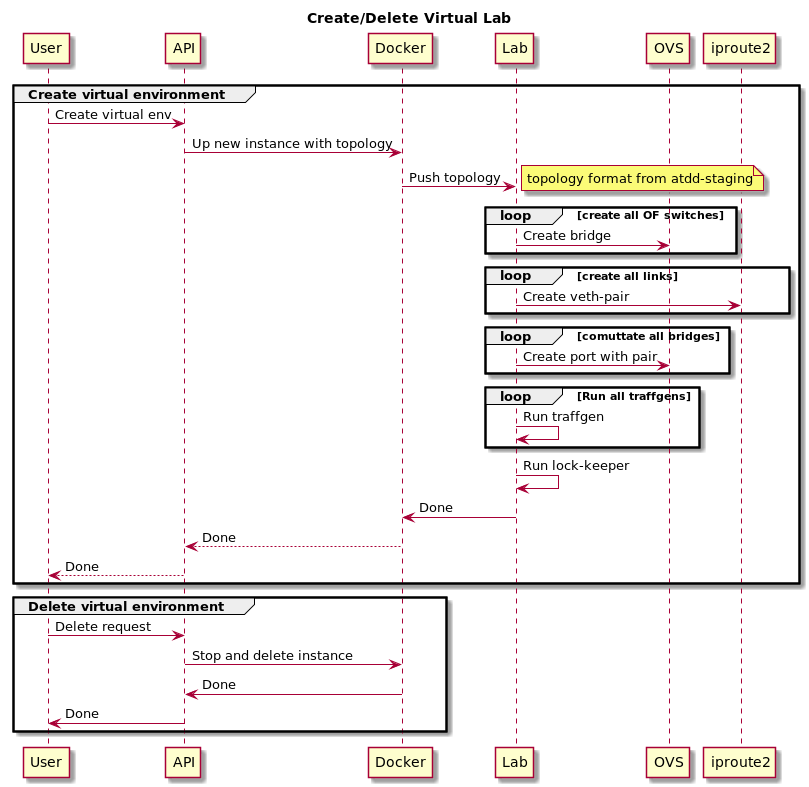
Above: docs/design/test-lab/sequence-crud-v.png in telstra/open-kilda (PlantUML), before the change. Its diagram source:
```plantuml
@startuml

title Create/Delete Virtual Lab

group Create virtual environment
    User -> API: Create virtual env
    API -> Docker: Up new instance with topology
    Docker -> Lab: Push topology
    note right: topology format from atdd-staging

    loop create all OF switches
        Lab -> OVS: Create bridge
    end
    loop create all links
        Lab -> iproute2: Create veth-pair
    end
    loop comuttate all bridges
        Lab -> OVS : Create port with pair
    end

    loop Run all traffgens
        Lab -> Lab : Run traffgen
    end

    Lab -> Lab : Run lock-keeper

    Lab -> Docker: Done
    Docker --> API: Done
    API --> User: Done
end

group Delete virtual environment
    User -> API: Delete request
    API -> Docker: Stop and delete instance
    Docker -> API: Done
    API -> User: Done
end
@enduml
```
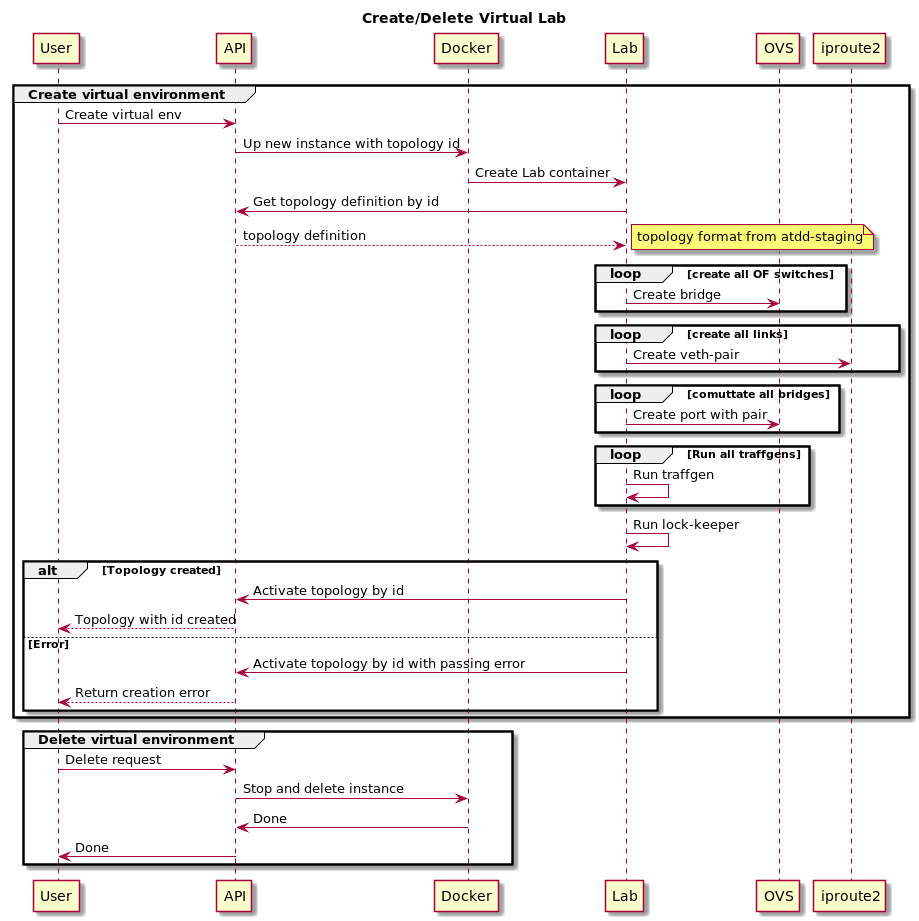
Above is the later version.

Change to the diagram source:
```diff
@@ -4,8 +4,10 @@
 
 group Create virtual environment
     User -> API: Create virtual env
-    API -> Docker: Up new instance with topology
-    Docker -> Lab: Push topology
+    API -> Docker: Up new instance with topology id
+    Docker -> Lab: Create Lab container
+    Lab -> API: Get topology definition by id
+    API --> Lab: topology definition
     note right: topology format from atdd-staging
 
     loop create all OF switches
@@ -24,9 +26,15 @@
 
     Lab -> Lab : Run lock-keeper
 
-    Lab -> Docker: Done
-    Docker --> API: Done
-    API --> User: Done
+    alt Topology created
+        Lab -> API: Activate topology by id
+        API --> User: Topology with id created
+    else Error
+        Lab -> API: Activate topology by id with passing error
+        API --> User: Return creation error
+    end
+
+
 end
 
 group Delete virtual environment
```
